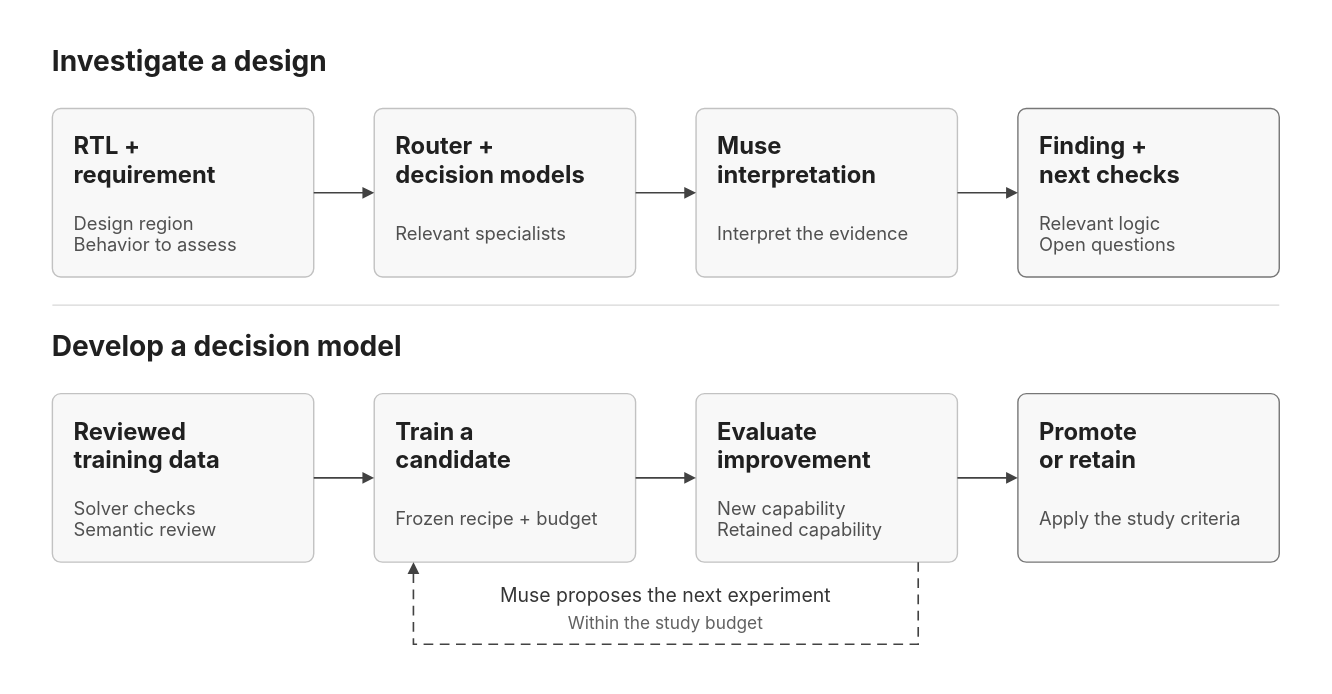
debjyotikm/siliconshield keeps this draw.io diagram as docs/diagrams/product-workflows.drawio. Above is the earlier version. Source tidied: cells renumbered, new cells numbered last; positions are measured from the earlier drawing's top-left corner, leaving out a move shared by most shapes. Both pictures are drawn from the tidied source at 108%, with x=0, y=0 at pixel (17, 17).
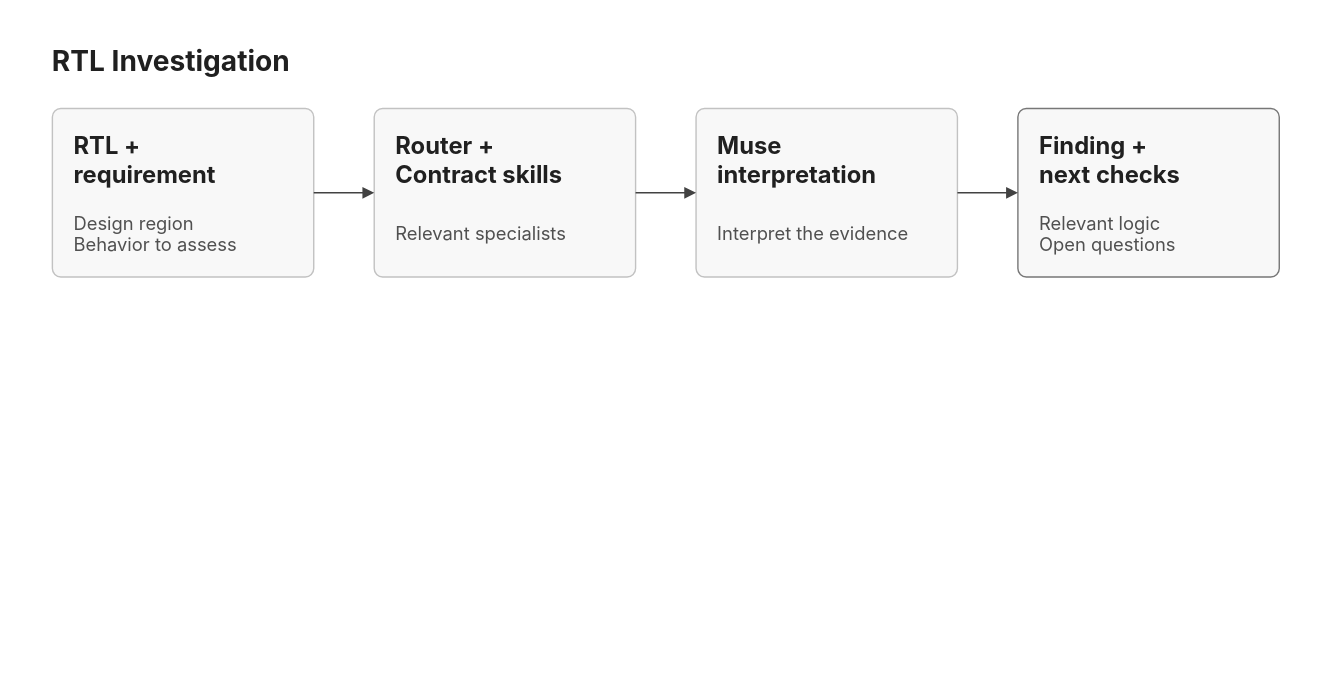
The same page after the edit.

The change refers to these unchanged cells:
```xml
<mxCell id="9" style="rounded=1;arcSize=5;html=0;fillColor=#f8f8f8;strokeColor=#c2c2c2;strokeWidth=1.3;" parent="1" vertex="1">
  <mxGeometry x="330" y="84" width="242" height="156" as="geometry" />
</mxCell>
```

The edit, as a diff of the source:
```diff
@@
     <mxCell id="2" style="rounded=0;html=0;strokeColor=none;fillColor=#ffffff;" parent="1" vertex="1">
-      <mxGeometry width="1200" height="610" as="geometry" />
+      <mxGeometry width="1200" height="272" as="geometry" />
     </mxCell>
-    <mxCell id="3" value="Investigate a design" style="text;html=0;whiteSpace=none;overflow=visible;align=left;verticalAlign=middle;spacing=0;fontFamily=Inter,Arial,sans-serif;fontSize=26;fontColor=#202020;fontStyle=1;strokeColor=none;fillColor=none;" parent="1" vertex="1">
+    <mxCell id="3" value="RTL Investigation" style="text;html=0;whiteSpace=none;overflow=visible;align=left;verticalAlign=middle;spacing=0;fontFamily=Inter,Arial,sans-serif;fontSize=26;fontColor=#202020;fontStyle=1;strokeColor=none;fillColor=none;" parent="1" vertex="1">
       <mxGeometry x="32" y="18" width="900" height="40" as="geometry" />
     </mxCell>
-    <mxCell id="4" value="Develop a decision model" style="text;html=0;whiteSpace=none;overflow=visible;align=left;verticalAlign=middle;spacing=0;fontFamily=Inter,Arial,sans-serif;fontSize=26;fontColor=#202020;fontStyle=1;strokeColor=none;fillColor=none;" parent="1" vertex="1">
-      <mxGeometry x="32" y="282" width="1000" height="40" as="geometry" />
-    </mxCell>
-    <mxCell id="5" style="html=0;endArrow=none;startArrow=none;strokeColor=#d7d7d7;strokeWidth=1;" parent="1" edge="1">
-      <mxGeometry relative="1" as="geometry">
-        <mxPoint x="32" y="266" as="sourcePoint" />
-        <mxPoint x="1168" y="266" as="targetPoint" />
-      </mxGeometry>
-    </mxCell>
@@
-    <mxCell id="10" value="Router +&#10;decision models" style="text;html=0;whiteSpace=none;overflow=visible;align=left;verticalAlign=middle;spacing=0;fontFamily=Inter,Arial,sans-serif;fontSize=22;fontColor=#202020;fontStyle=1;strokeColor=none;fillColor=none;" parent="9" vertex="1">
+    <mxCell id="10" value="Router +&#10;Contract skills" style="text;html=0;whiteSpace=none;overflow=visible;align=left;verticalAlign=middle;spacing=0;fontFamily=Inter,Arial,sans-serif;fontSize=22;fontColor=#202020;fontStyle=1;strokeColor=none;fillColor=none;" parent="9" vertex="1">
       <mxGeometry x="20" y="16" width="202" height="60" as="geometry" />
     </mxCell>
@@
-    <mxCell id="18" style="rounded=1;arcSize=5;html=0;fillColor=#f8f8f8;strokeColor=#c2c2c2;strokeWidth=1.3;" parent="1" vertex="1">
-      <mxGeometry x="32" y="348" width="242" height="156" as="geometry" />
-    </mxCell>
-    <mxCell id="19" value="Reviewed&#10;training data" style="text;html=0;whiteSpace=none;overflow=visible;align=left;verticalAlign=middle;spacing=0;fontFamily=Inter,Arial,sans-serif;fontSize=22;fontColor=#202020;fontStyle=1;strokeColor=none;fillColor=none;" parent="18" vertex="1">
-      <mxGeometry x="20" y="16" width="202" height="60" as="geometry" />
-    </mxCell>
-    <mxCell id="20" value="Solver checks&#10;Semantic review" style="text;html=0;whiteSpace=none;overflow=visible;align=left;verticalAlign=middle;spacing=0;fontFamily=Inter,Arial,sans-serif;fontSize=17;fontColor=#505050;fontStyle=0;strokeColor=none;fillColor=none;" parent="18" vertex="1">
-      <mxGeometry x="20" y="92" width="202" height="46" as="geometry" />
-    </mxCell>
-    <mxCell id="21" style="rounded=1;arcSize=5;html=0;fillColor=#f8f8f8;strokeColor=#c2c2c2;strokeWidth=1.3;" parent="1" vertex="1">
-      <mxGeometry x="330" y="348" width="242" height="156" as="geometry" />
-    </mxCell>
-    <mxCell id="22" value="Train a&#10;candidate" style="text;html=0;whiteSpace=none;overflow=visible;align=left;verticalAlign=middle;spacing=0;fontFamily=Inter,Arial,sans-serif;fontSize=22;fontColor=#202020;fontStyle=1;strokeColor=none;fillColor=none;" parent="21" vertex="1">
-      <mxGeometry x="20" y="16" width="202" height="60" as="geometry" />
-    </mxCell>
-    <mxCell id="23" value="Frozen recipe + budget" style="text;html=0;whiteSpace=none;overflow=visible;align=left;verticalAlign=middle;spacing=0;fontFamily=Inter,Arial,sans-serif;fontSize=17;fontColor=#505050;fontStyle=0;strokeColor=none;fillColor=none;" parent="21" vertex="1">
-      <mxGeometry x="20" y="92" width="202" height="46" as="geometry" />
-    </mxCell>
-    <mxCell id="24" style="rounded=1;arcSize=5;html=0;fillColor=#f8f8f8;strokeColor=#c2c2c2;strokeWidth=1.3;" parent="1" vertex="1">
-      <mxGeometry x="628" y="348" width="242" height="156" as="geometry" />
-    </mxCell>
-    <mxCell id="25" value="Evaluate&#10;improvement" style="text;html=0;whiteSpace=none;overflow=visible;align=left;verticalAlign=middle;spacing=0;fontFamily=Inter,Arial,sans-serif;fontSize=22;fontColor=#202020;fontStyle=1;strokeColor=none;fillColor=none;" parent="24" vertex="1">
-      <mxGeometry x="20" y="16" width="202" height="60" as="geometry" />
-    </mxCell>
-    <mxCell id="26" value="New capability&#10;Retained capability" style="text;html=0;whiteSpace=none;overflow=visible;align=left;verticalAlign=middle;spacing=0;fontFamily=Inter,Arial,sans-serif;fontSize=17;fontColor=#505050;fontStyle=0;strokeColor=none;fillColor=none;" parent="24" vertex="1">
-      <mxGeometry x="20" y="92" width="202" height="46" as="geometry" />
-    </mxCell>
-    <mxCell id="27" style="rounded=1;arcSize=5;html=0;fillColor=#f8f8f8;strokeColor=#777777;strokeWidth=1.3;" parent="1" vertex="1">
-      <mxGeometry x="926" y="348" width="242" height="156" as="geometry" />
-    </mxCell>
-    <mxCell id="28" value="Promote&#10;or retain" style="text;html=0;whiteSpace=none;overflow=visible;align=left;verticalAlign=middle;spacing=0;fontFamily=Inter,Arial,sans-serif;fontSize=22;fontColor=#202020;fontStyle=1;strokeColor=none;fillColor=none;" parent="27" vertex="1">
-      <mxGeometry x="20" y="16" width="202" height="60" as="geometry" />
-    </mxCell>
-    <mxCell id="29" value="Apply the study criteria" style="text;html=0;whiteSpace=none;overflow=visible;align=left;verticalAlign=middle;spacing=0;fontFamily=Inter,Arial,sans-serif;fontSize=17;fontColor=#505050;fontStyle=0;strokeColor=none;fillColor=none;" parent="27" vertex="1">
-      <mxGeometry x="20" y="92" width="202" height="46" as="geometry" />
-    </mxCell>
@@
-    <mxCell id="33" style="edgeStyle=orthogonalEdgeStyle;rounded=0;html=0;endArrow=block;endFill=1;endSize=7;strokeColor=#424242;strokeWidth=1.5;exitX=1;exitY=0.5;exitPerimeter=1;entryX=0;entryY=0.5;entryPerimeter=1;" parent="1" edge="1" source="18" target="21">
-      <mxGeometry relative="1" as="geometry" />
-    </mxCell>
-    <mxCell id="34" style="edgeStyle=orthogonalEdgeStyle;rounded=0;html=0;endArrow=block;endFill=1;endSize=7;strokeColor=#424242;strokeWidth=1.5;exitX=1;exitY=0.5;exitPerimeter=1;entryX=0;entryY=0.5;entryPerimeter=1;" parent="1" edge="1" source="21" target="24">
-      <mxGeometry relative="1" as="geometry" />
-    </mxCell>
-    <mxCell id="35" style="edgeStyle=orthogonalEdgeStyle;rounded=0;html=0;endArrow=block;endFill=1;endSize=7;strokeColor=#424242;strokeWidth=1.5;exitX=1;exitY=0.5;exitPerimeter=1;entryX=0;entryY=0.5;entryPerimeter=1;" parent="1" edge="1" source="24" target="27">
-      <mxGeometry relative="1" as="geometry" />
-    </mxCell>
-    <mxCell id="36" style="edgeStyle=orthogonalEdgeStyle;rounded=0;html=0;endArrow=block;endFill=1;endSize=7;strokeColor=#424242;strokeWidth=1.5;exitX=0.85;exitY=1;entryX=0.15;entryY=1;exitPerimeter=1;entryPerimeter=1;dashed=1;dashPattern=6 4;" parent="1" edge="1" source="24" target="21">
-      <mxGeometry relative="1" as="geometry">
-        <Array as="points">
-          <mxPoint x="834" y="580" />
-          <mxPoint x="366" y="580" />
-        </Array>
-      </mxGeometry>
-    </mxCell>
-    <mxCell id="37" value="Muse proposes the next experiment" style="text;html=0;whiteSpace=none;overflow=visible;align=center;verticalAlign=middle;spacing=0;fontFamily=Inter,Arial,sans-serif;fontSize=18;fontColor=#353535;fontStyle=0;strokeColor=none;fillColor=none;" parent="1" vertex="1">
-      <mxGeometry x="392" y="520" width="416" height="26" as="geometry" />
-    </mxCell>
-    <mxCell id="38" value="Within the study budget" style="text;html=0;whiteSpace=none;overflow=visible;align=center;verticalAlign=middle;spacing=0;fontFamily=Inter,Arial,sans-serif;fontSize=16;fontColor=#616161;fontStyle=0;strokeColor=none;fillColor=none;" parent="1" vertex="1">
-      <mxGeometry x="392" y="548" width="416" height="23" as="geometry" />
-    </mxCell>
```
